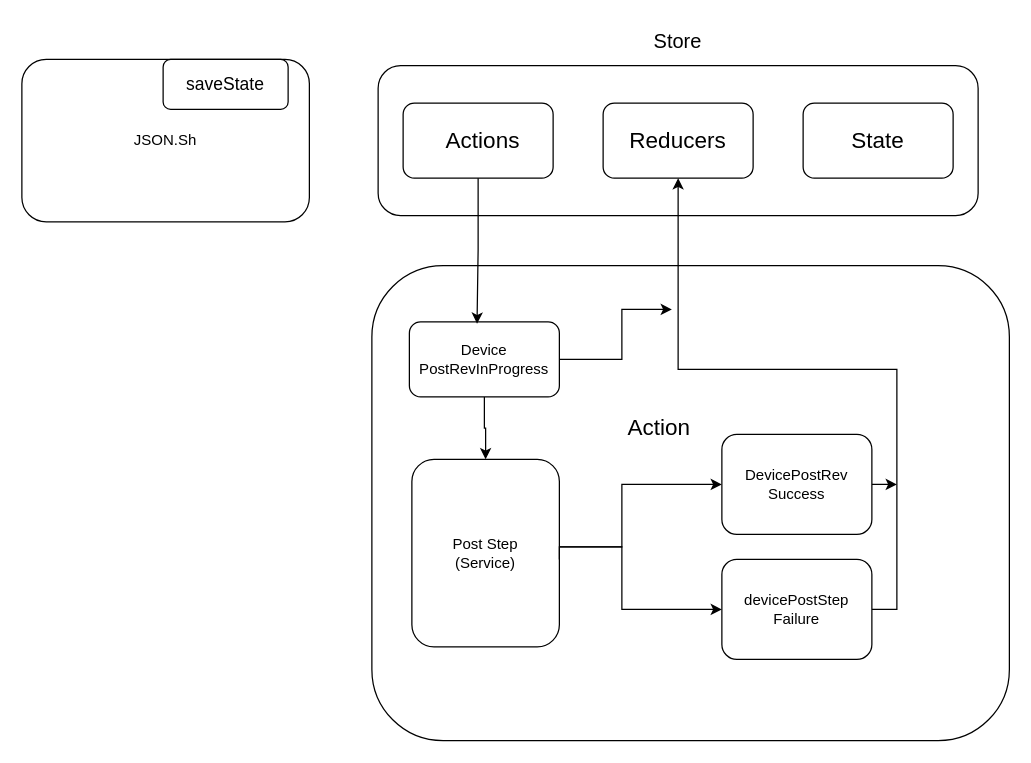
Before: Diagrama sin título.drawio in myrnitax/react-portfolio, a draw.io diagram. Source tidied: cells renumbered, new cells numbered last; positions are measured from the earlier drawing's top-left corner, leaving out a move shared by most shapes. Both pictures are drawn from the tidied source at 125%, with x=0, y=0 at pixel (21, 21).
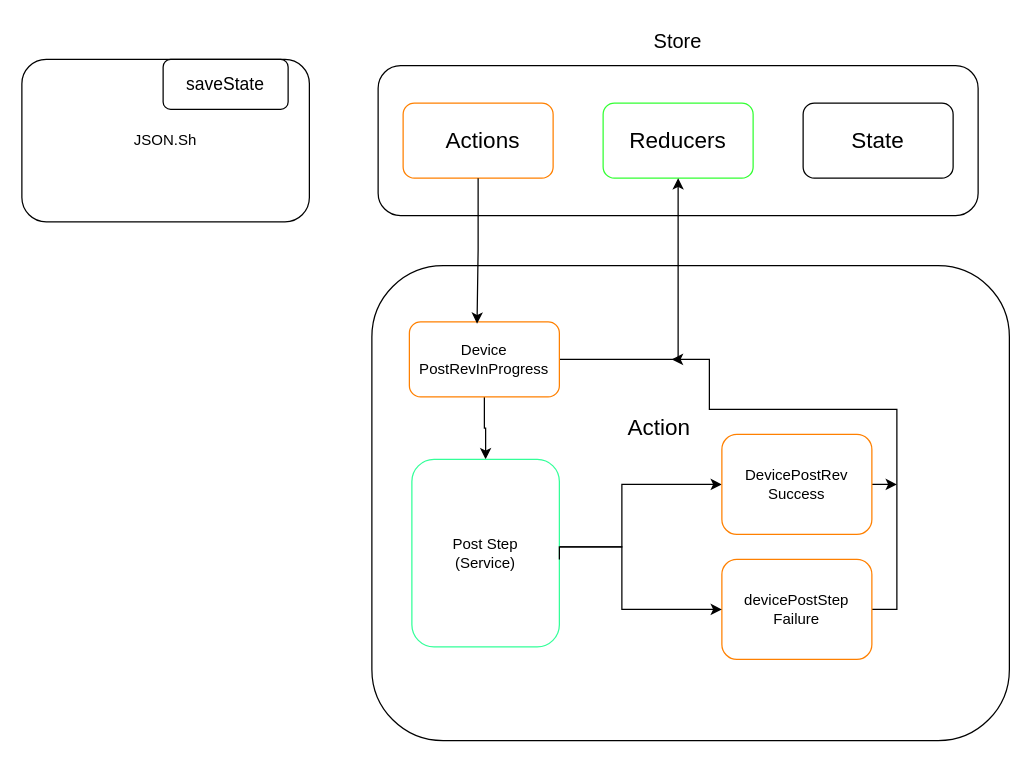
The same page after the edit.

The edit, as a diff of the source:
```diff
@@
-    <mxCell id="5" style="rounded=1;whiteSpace=wrap;html=1;" parent="1" vertex="1">
+    <mxCell id="5" style="rounded=1;whiteSpace=wrap;html=1;strokeColor=#FF8000;" parent="1" vertex="1">
       <mxGeometry x="305" y="65" width="120" height="60" as="geometry" />
     </mxCell>
-    <mxCell id="6" style="rounded=1;whiteSpace=wrap;html=1;" parent="1" vertex="1">
+    <mxCell id="6" style="rounded=1;whiteSpace=wrap;html=1;strokeColor=#33FF33;" parent="1" vertex="1">
       <mxGeometry x="465" y="65" width="120" height="60" as="geometry" />
     </mxCell>
@@
-    <mxCell id="14" style="edgeStyle=orthogonalEdgeStyle;rounded=0;jettySize=auto;html=1;exitX=1;exitY=0.5;exitDx=0;exitDy=0;" parent="1" edge="1" source="16">
-      <mxGeometry relative="1" as="geometry">
-        <mxPoint x="520" y="230" as="targetPoint" />
-        <Array as="points">
-          <mxPoint x="480" y="270" />
-          <mxPoint x="480" y="230" />
-        </Array>
-      </mxGeometry>
-    </mxCell>
@@
+    <mxCell id="26" style="edgeStyle=orthogonalEdgeStyle;rounded=0;jettySize=auto;html=1;exitX=1;exitY=0.5;exitDx=0;exitDy=0;entryX=0.5;entryY=1;entryDx=0;entryDy=0;" parent="1" edge="1" source="16" target="6">
+      <mxGeometry relative="1" as="geometry" />
+    </mxCell>
-    <mxCell id="16" value="Device&lt;br&gt;PostRevInProgress" style="rounded=1;whiteSpace=wrap;html=1;" parent="1" vertex="1">
+    <mxCell id="16" value="Device&lt;br&gt;PostRevInProgress" style="rounded=1;whiteSpace=wrap;html=1;strokeColor=#FF8000;" parent="1" vertex="1">
       <mxGeometry x="310" y="240" width="120" height="60" as="geometry" />
     </mxCell>
@@
-    <mxCell id="18" value="Post Step&lt;br&gt;(Service)" style="rounded=1;whiteSpace=wrap;html=1;" parent="1" vertex="1">
+    <mxCell id="18" value="Post Step&lt;br&gt;(Service)" style="rounded=1;whiteSpace=wrap;html=1;strokeColor=#33FF99;" parent="1" vertex="1">
       <mxGeometry x="312" y="350" width="118" height="150" as="geometry" />
     </mxCell>
@@
-    <mxCell id="20" value="DevicePostRev&lt;br&gt;Success" style="rounded=1;whiteSpace=wrap;html=1;" parent="1" vertex="1">
+    <mxCell id="20" value="DevicePostRev&lt;br&gt;Success" style="rounded=1;whiteSpace=wrap;html=1;strokeColor=#FF8000;" parent="1" vertex="1">
       <mxGeometry x="560" y="330" width="120" height="80" as="geometry" />
     </mxCell>
-    <mxCell id="21" style="edgeStyle=orthogonalEdgeStyle;rounded=0;jettySize=auto;html=1;exitX=1;exitY=0.5;exitDx=0;exitDy=0;entryX=0.5;entryY=1;entryDx=0;entryDy=0;" parent="1" edge="1" source="22" target="6">
-      <mxGeometry relative="1" as="geometry">
-        <Array as="points">
-          <mxPoint x="700" y="470" />
-          <mxPoint x="700" y="278" />
-          <mxPoint x="525" y="278" />
-        </Array>
-      </mxGeometry>
-    </mxCell>
+    <mxCell id="27" style="edgeStyle=orthogonalEdgeStyle;rounded=0;jettySize=auto;html=1;exitX=1;exitY=0.5;exitDx=0;exitDy=0;" parent="1" edge="1" source="22">
+      <mxGeometry relative="1" as="geometry">
+        <mxPoint x="520" y="270" as="targetPoint" />
+        <Array as="points">
+          <mxPoint x="700" y="470" />
+          <mxPoint x="700" y="310" />
+          <mxPoint x="550" y="310" />
+          <mxPoint x="550" y="270" />
+        </Array>
+      </mxGeometry>
+    </mxCell>
-    <mxCell id="22" value="devicePostStep&lt;br&gt;Failure" style="rounded=1;whiteSpace=wrap;html=1;" parent="1" vertex="1">
+    <mxCell id="22" value="devicePostStep&lt;br&gt;Failure" style="rounded=1;whiteSpace=wrap;html=1;strokeColor=#FF8000;" parent="1" vertex="1">
       <mxGeometry x="560" y="430" width="120" height="80" as="geometry" />
     </mxCell>
```
